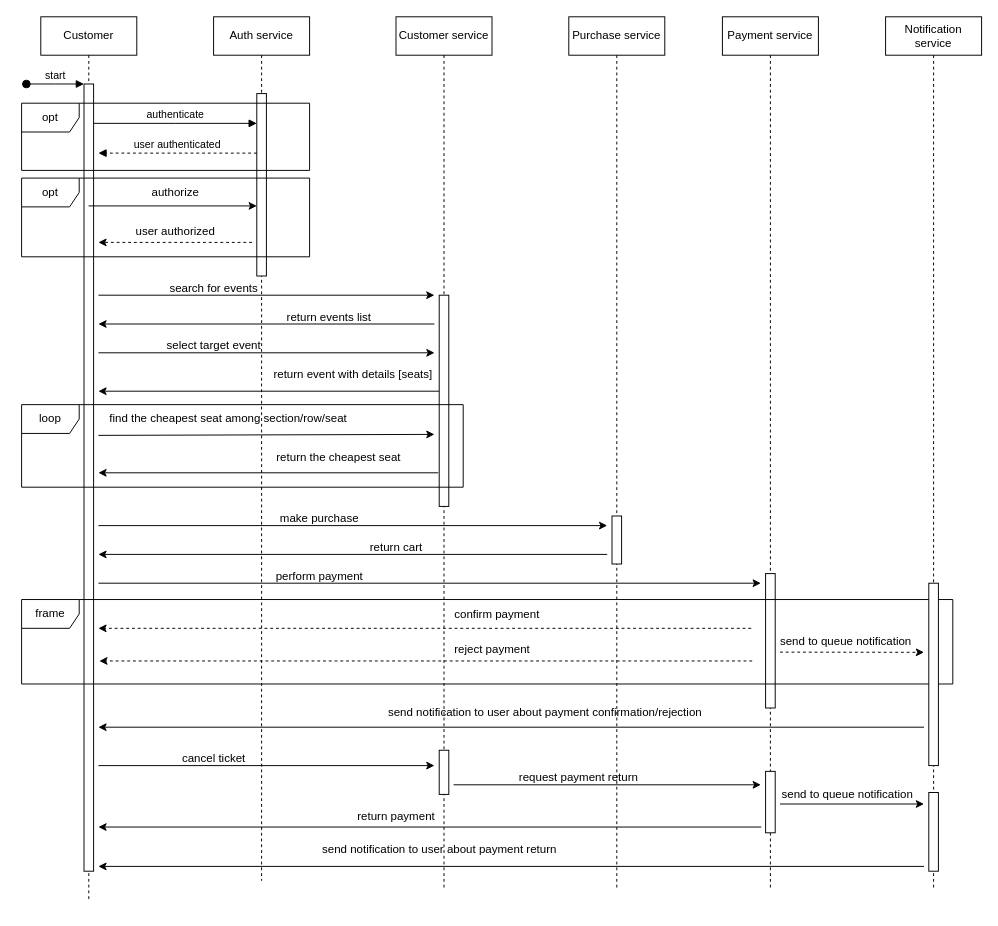
Before: diagrams/buying_seat_sequence_diagram.drawio in azam-t1/ticketing, a draw.io diagram. Source tidied: cells renumbered, new cells numbered last; positions are measured from the earlier drawing's top-left corner, leaving out a move shared by most shapes. Both pictures are drawn from the tidied source at 96%, with x=0, y=0 at pixel (21, 16).
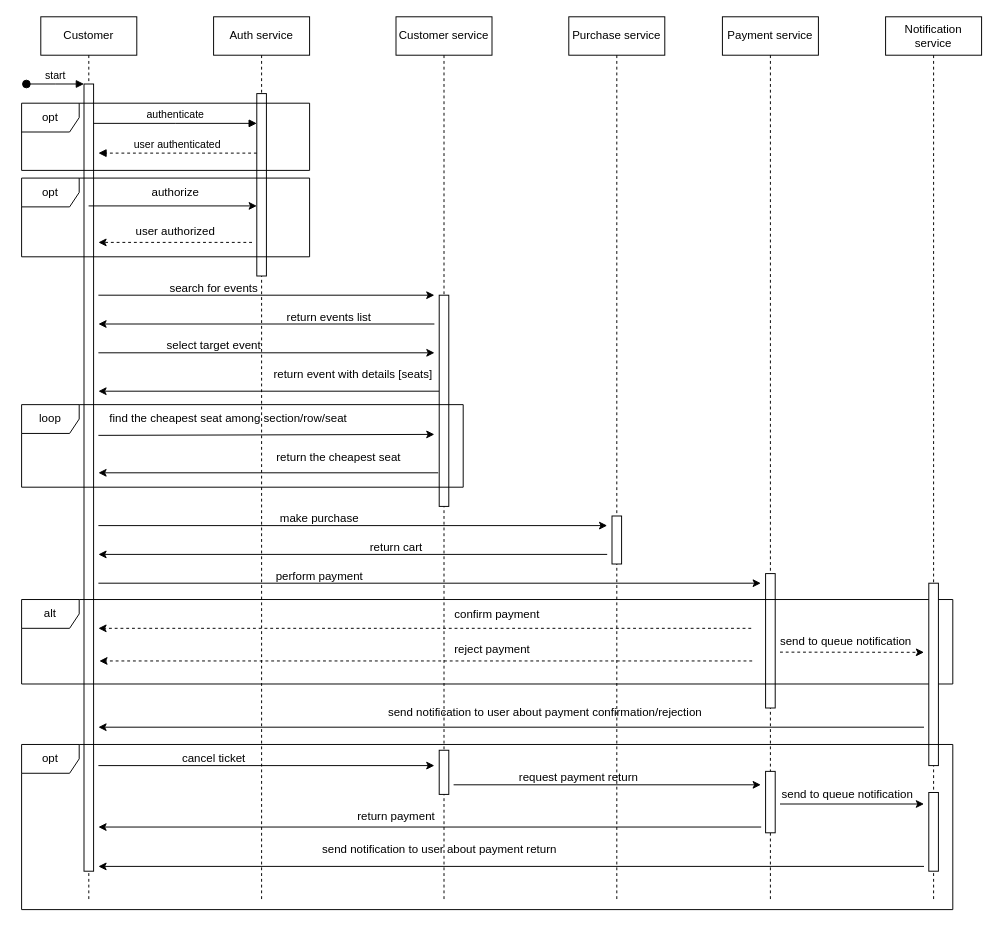
The same diagram, later.

The edit, as a diff of the source:
```diff
@@
     <mxCell id="5" value="Auth service" style="shape=umlLifeline;perimeter=lifelinePerimeter;whiteSpace=wrap;html=1;newEdgeStyle={&quot;edgeStyle&quot;:&quot;elbowEdgeStyle&quot;,&quot;elbow&quot;:&quot;vertical&quot;,&quot;curved&quot;:0,&quot;rounded&quot;:0};" parent="1" vertex="1">
-      <mxGeometry x="200" width="100" height="900" as="geometry" />
+      <mxGeometry x="200" width="100" height="920" as="geometry" />
     </mxCell>
@@
     <mxCell id="9" value="Customer service" style="shape=umlLifeline;perimeter=lifelinePerimeter;whiteSpace=wrap;html=1;newEdgeStyle={&quot;edgeStyle&quot;:&quot;elbowEdgeStyle&quot;,&quot;elbow&quot;:&quot;vertical&quot;,&quot;curved&quot;:0,&quot;rounded&quot;:0};" parent="1" vertex="1">
-      <mxGeometry x="390" width="100" height="910" as="geometry" />
+      <mxGeometry x="390" width="100" height="920" as="geometry" />
     </mxCell>
@@
     <mxCell id="31" value="Purchase service" style="shape=umlLifeline;perimeter=lifelinePerimeter;whiteSpace=wrap;html=1;newEdgeStyle={&quot;edgeStyle&quot;:&quot;elbowEdgeStyle&quot;,&quot;elbow&quot;:&quot;vertical&quot;,&quot;curved&quot;:0,&quot;rounded&quot;:0};" parent="1" vertex="1">
-      <mxGeometry x="570" width="100" height="910" as="geometry" />
+      <mxGeometry x="570" width="100" height="920" as="geometry" />
     </mxCell>
@@
     <mxCell id="37" value="Payment service" style="shape=umlLifeline;perimeter=lifelinePerimeter;whiteSpace=wrap;html=1;newEdgeStyle={&quot;edgeStyle&quot;:&quot;elbowEdgeStyle&quot;,&quot;elbow&quot;:&quot;vertical&quot;,&quot;curved&quot;:0,&quot;rounded&quot;:0};" parent="1" vertex="1">
-      <mxGeometry x="730" width="100" height="910" as="geometry" />
+      <mxGeometry x="730" width="100" height="920" as="geometry" />
     </mxCell>
@@
-    <mxCell id="46" value="frame" style="shape=umlFrame;whiteSpace=wrap;html=1;" parent="1" vertex="1">
+    <mxCell id="46" value="alt" style="shape=umlFrame;whiteSpace=wrap;html=1;" parent="1" vertex="1">
       <mxGeometry y="607" width="970" height="88" as="geometry" />
     </mxCell>
     <mxCell id="47" value="Notification service" style="shape=umlLifeline;perimeter=lifelinePerimeter;whiteSpace=wrap;html=1;newEdgeStyle={&quot;edgeStyle&quot;:&quot;elbowEdgeStyle&quot;,&quot;elbow&quot;:&quot;vertical&quot;,&quot;curved&quot;:0,&quot;rounded&quot;:0};" parent="1" vertex="1">
-      <mxGeometry x="900" width="100" height="910" as="geometry" />
+      <mxGeometry x="900" width="100" height="920" as="geometry" />
     </mxCell>
@@
+    <mxCell id="64" value="opt" style="shape=umlFrame;whiteSpace=wrap;html=1;" parent="1" vertex="1">
+      <mxGeometry y="758" width="970" height="172" as="geometry" />
+    </mxCell>
```
